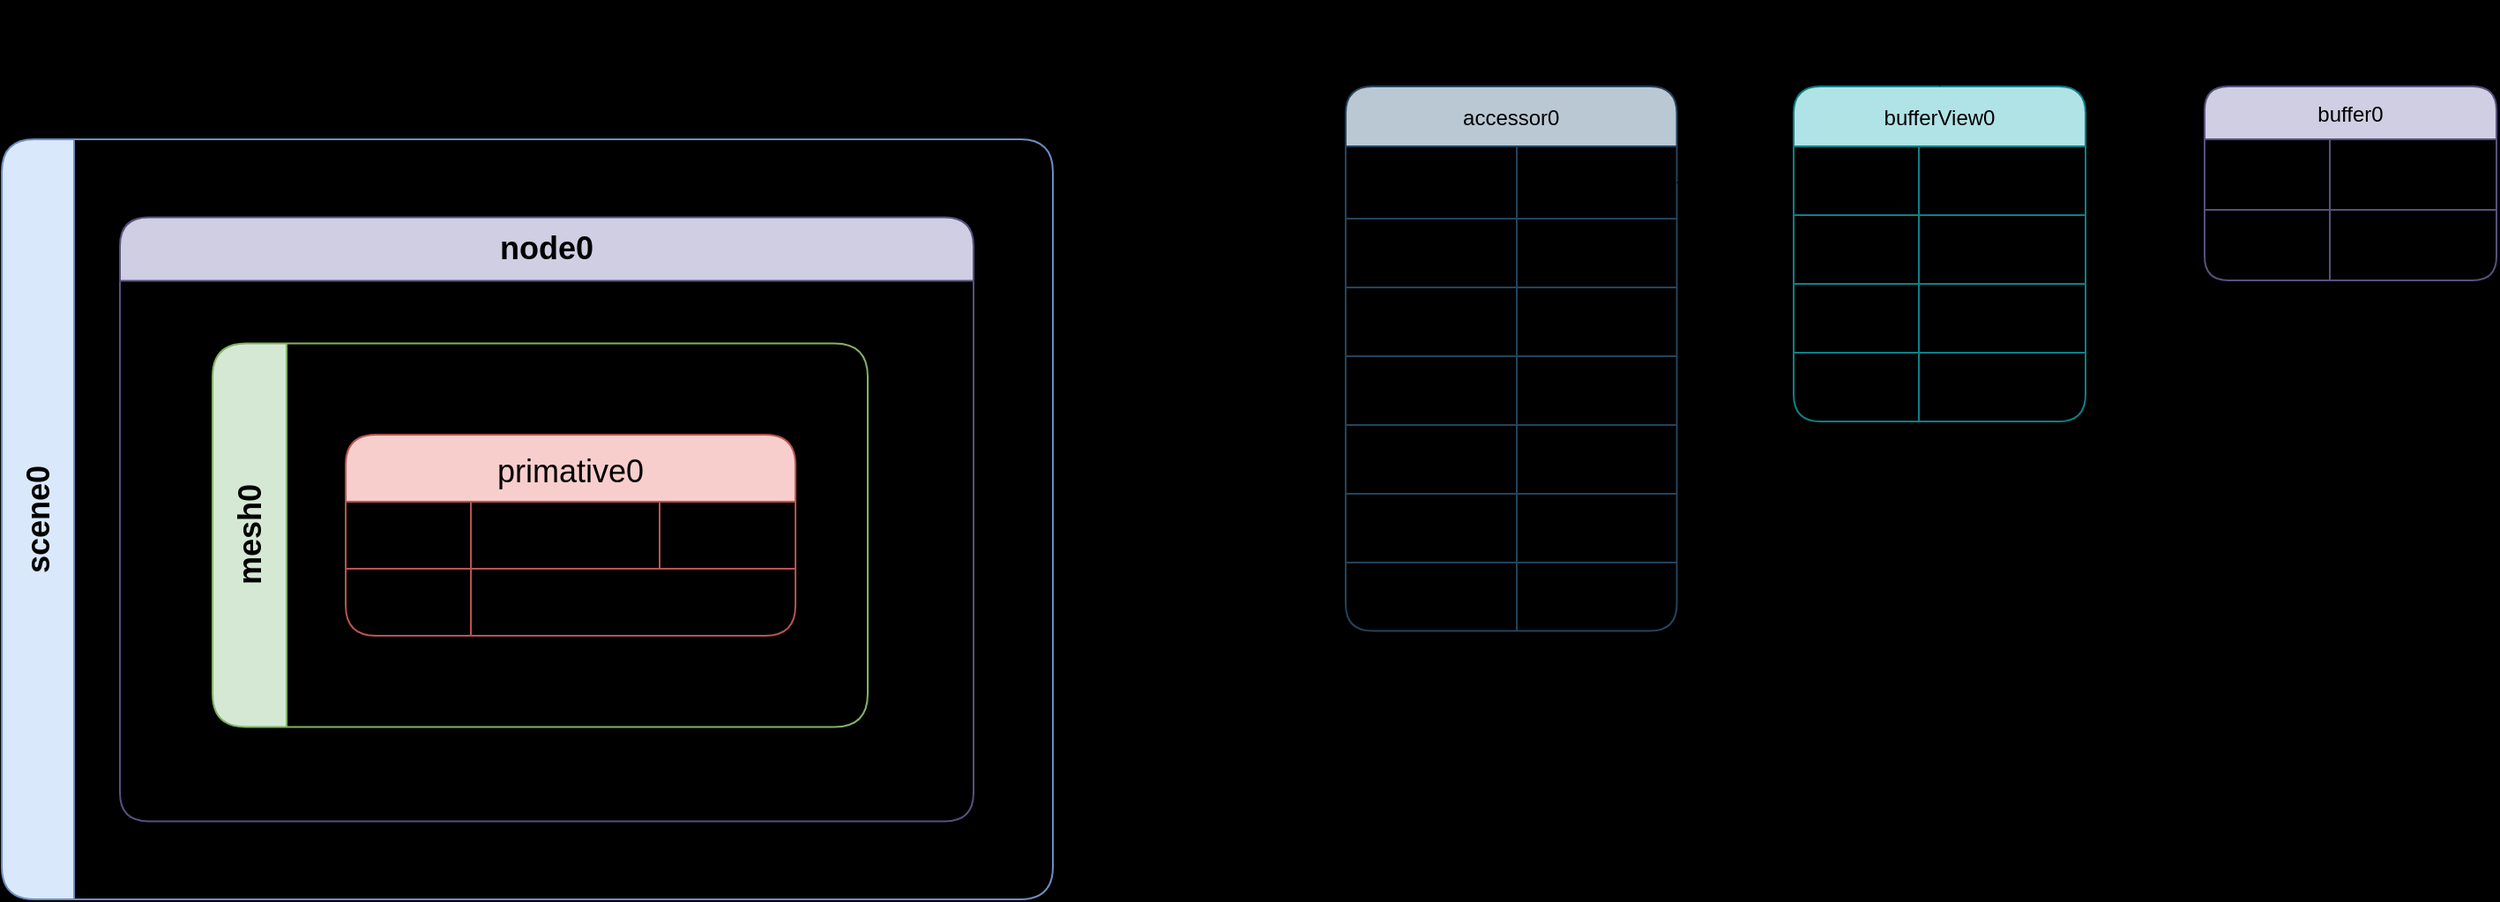
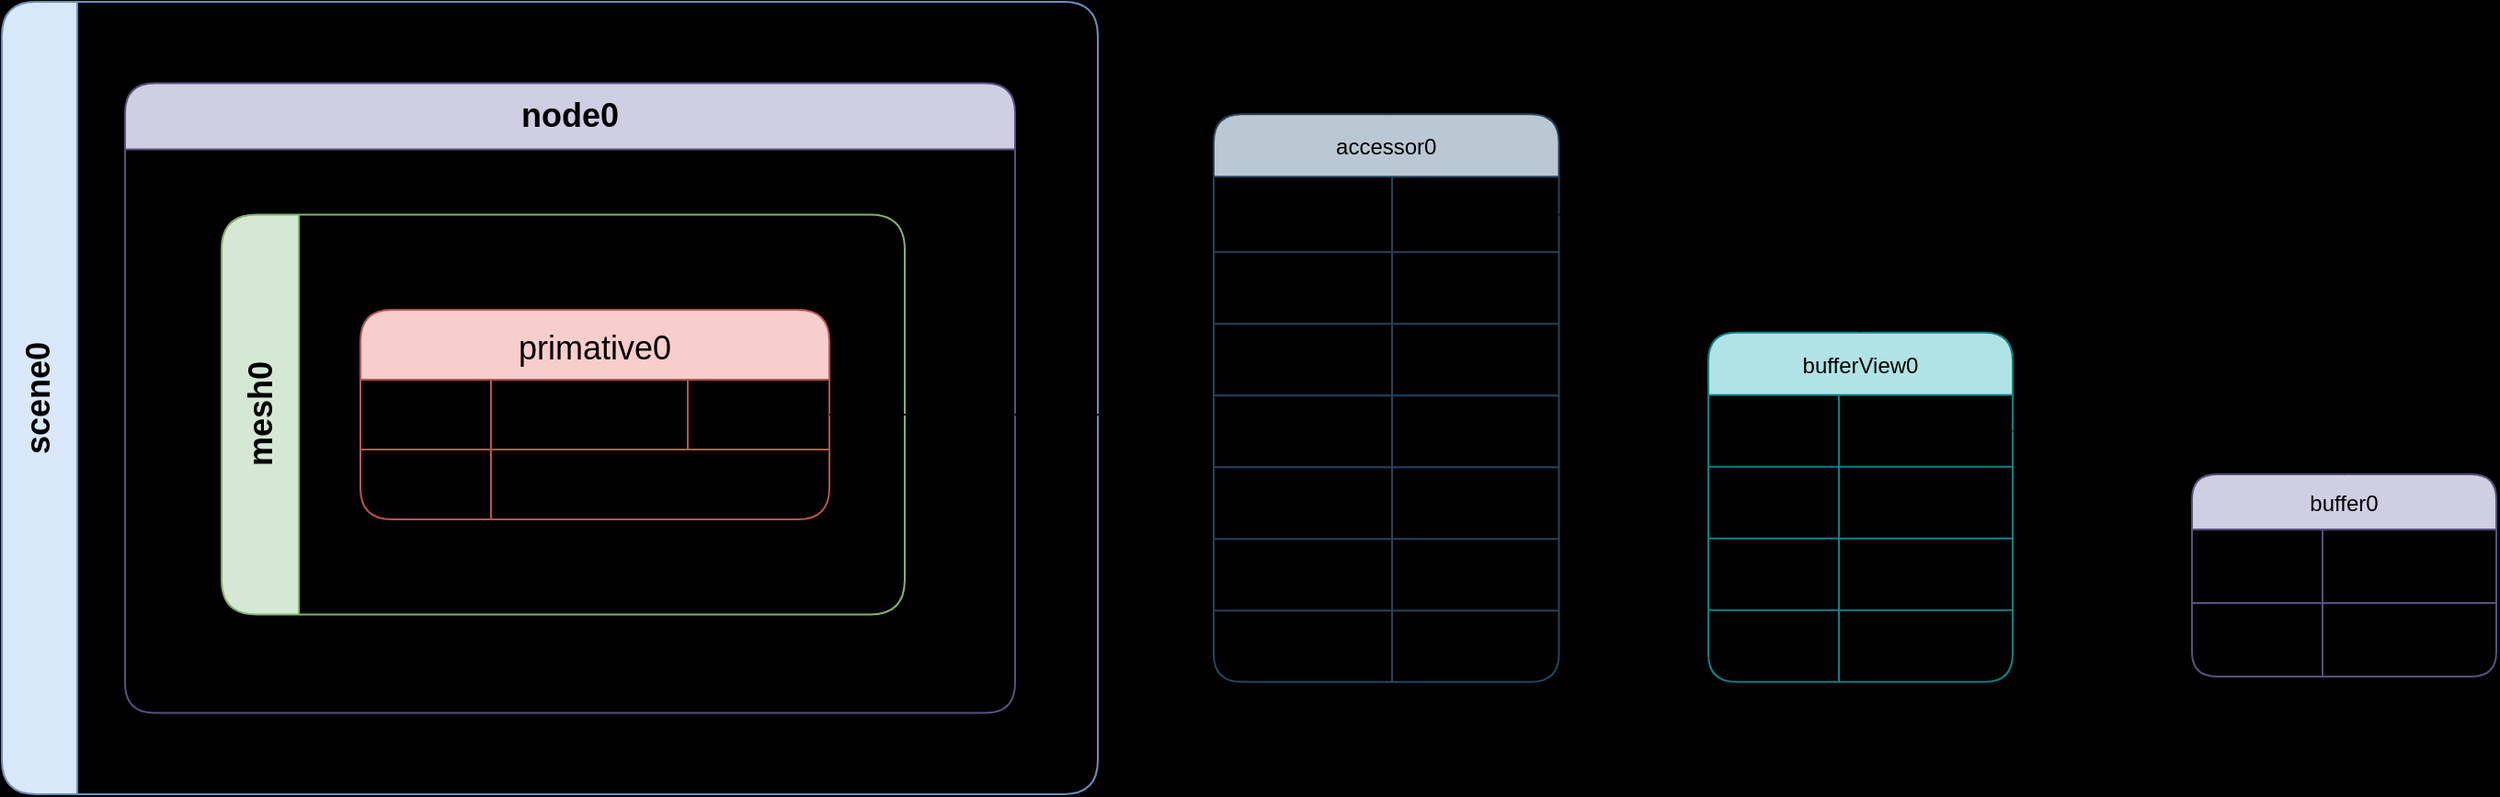
<mxfile host="app.diagrams.net">
  <diagram id="BZvedy4mBk2RI_J5c_5u" name="第 1 页">
    <mxGraphModel dx="2959" dy="1342" grid="0" gridSize="10" guides="1" tooltips="1" connect="1" arrows="1" fold="1" page="0" pageScale="1" pageWidth="827" pageHeight="1169" background="light-dark(#000000,#2B2B2B)" math="0" shadow="0">
      <root>
        <mxCell id="0" />
        <mxCell id="1" parent="0" />
        <mxCell id="-Ds3_SINnqwqFCvs20sv-1" parent="1" style="shape=table;startSize=30;container=1;collapsible=0;childLayout=tableLayout;fixedHeader=1;fillColor=#d0cee2;strokeColor=#56517e;rounded=1;fontColor=light-dark(#000000,#66FFB3);" value="buffer0" vertex="1">
-           <mxGeometry height="110" width="165.5" x="153" y="-32" as="geometry" />
+           <mxGeometry height="110" width="165.5" x="95" y="255" as="geometry" />
        </mxCell>
        <mxCell id="-Ds3_SINnqwqFCvs20sv-2" parent="-Ds3_SINnqwqFCvs20sv-1" style="shape=tableRow;horizontal=0;startSize=0;swimlaneHead=0;swimlaneBody=0;strokeColor=inherit;top=0;left=0;bottom=0;right=0;collapsible=0;dropTarget=0;fillColor=none;points=[[0,0.5],[1,0.5]];portConstraint=eastwest;fixedHeader=1;rounded=1;" value="" vertex="1">
          <mxGeometry height="40" width="165.5" y="30" as="geometry" />
        </mxCell>
        <mxCell id="-Ds3_SINnqwqFCvs20sv-3" parent="-Ds3_SINnqwqFCvs20sv-2" style="shape=partialRectangle;html=1;whiteSpace=wrap;connectable=0;strokeColor=inherit;overflow=hidden;fillColor=none;top=0;left=0;bottom=0;right=0;pointerEvents=1;align=center;rounded=1;fontColor=light-dark(#000000,#20C2B5);" value="uri" vertex="1">
          <mxGeometry height="40" width="71" as="geometry">
            <mxRectangle height="40" width="71" as="alternateBounds" />
          </mxGeometry>
        </mxCell>
        <mxCell id="-Ds3_SINnqwqFCvs20sv-4" parent="-Ds3_SINnqwqFCvs20sv-2" style="shape=partialRectangle;html=1;whiteSpace=wrap;connectable=0;strokeColor=inherit;overflow=hidden;fillColor=none;top=0;left=0;bottom=0;right=0;pointerEvents=1;rounded=1;fontColor=light-dark(#000000,#ACB7C4);" value="data:URL" vertex="1">
          <mxGeometry height="40" width="95" x="71" as="geometry">
            <mxRectangle height="40" width="95" as="alternateBounds" />
          </mxGeometry>
        </mxCell>
        <mxCell id="-Ds3_SINnqwqFCvs20sv-5" parent="-Ds3_SINnqwqFCvs20sv-1" style="shape=tableRow;horizontal=0;startSize=0;swimlaneHead=0;swimlaneBody=0;strokeColor=inherit;top=0;left=0;bottom=0;right=0;collapsible=0;dropTarget=0;fillColor=none;points=[[0,0.5],[1,0.5]];portConstraint=eastwest;fixedHeader=1;rounded=1;" value="" vertex="1">
          <mxGeometry height="40" width="165.5" y="70" as="geometry" />
        </mxCell>
        <mxCell id="-Ds3_SINnqwqFCvs20sv-6" parent="-Ds3_SINnqwqFCvs20sv-5" style="shape=partialRectangle;html=1;whiteSpace=wrap;connectable=0;strokeColor=inherit;overflow=hidden;fillColor=none;top=0;left=0;bottom=0;right=0;pointerEvents=1;align=center;rounded=1;fontColor=light-dark(#000000,#20C2B5);" value="byteLength" vertex="1">
          <mxGeometry height="40" width="71" as="geometry">
            <mxRectangle height="40" width="71" as="alternateBounds" />
          </mxGeometry>
        </mxCell>
        <mxCell id="-Ds3_SINnqwqFCvs20sv-7" parent="-Ds3_SINnqwqFCvs20sv-5" style="shape=partialRectangle;html=1;whiteSpace=wrap;connectable=0;strokeColor=inherit;overflow=hidden;fillColor=none;top=0;left=0;bottom=0;right=0;pointerEvents=1;rounded=1;fontColor=light-dark(#000000,#ACB7C4);" value="36" vertex="1">
          <mxGeometry height="40" width="95" x="71" as="geometry">
            <mxRectangle height="40" width="95" as="alternateBounds" />
          </mxGeometry>
        </mxCell>
        <mxCell id="IMBELnrVSliVJA-H-ImH-1" parent="1" style="shape=table;startSize=34;container=1;collapsible=0;childLayout=tableLayout;fixedHeader=1;fillColor=#b0e3e6;strokeColor=#0e8088;rounded=1;fontColor=light-dark(#000000,#66FFB3);" value="bufferView0" vertex="1">
-           <mxGeometry height="190" width="165.5" x="-80" y="-32" as="geometry" />
+           <mxGeometry height="190" width="165.5" x="-168" y="177.88" as="geometry" />
        </mxCell>
        <mxCell id="IMBELnrVSliVJA-H-ImH-2" parent="IMBELnrVSliVJA-H-ImH-1" style="shape=tableRow;horizontal=0;startSize=0;swimlaneHead=0;swimlaneBody=0;strokeColor=inherit;top=0;left=0;bottom=0;right=0;collapsible=0;dropTarget=0;fillColor=none;points=[[0,0.5],[1,0.5]];portConstraint=eastwest;fixedHeader=1;rounded=1;" value="" vertex="1">
          <mxGeometry height="39" width="165.5" y="34" as="geometry" />
        </mxCell>
        <mxCell id="IMBELnrVSliVJA-H-ImH-3" parent="IMBELnrVSliVJA-H-ImH-2" style="shape=partialRectangle;html=1;whiteSpace=wrap;connectable=0;strokeColor=inherit;overflow=hidden;fillColor=none;top=0;left=0;bottom=0;right=0;pointerEvents=1;align=center;rounded=1;fontColor=light-dark(#000000,#20C2B5);" value="buffer" vertex="1">
          <mxGeometry height="39" width="71" as="geometry">
            <mxRectangle height="39" width="71" as="alternateBounds" />
          </mxGeometry>
        </mxCell>
        <mxCell id="IMBELnrVSliVJA-H-ImH-4" parent="IMBELnrVSliVJA-H-ImH-2" style="shape=partialRectangle;html=1;whiteSpace=wrap;connectable=0;strokeColor=inherit;overflow=hidden;fillColor=none;top=0;left=0;bottom=0;right=0;pointerEvents=1;rounded=1;fontColor=light-dark(#000000,#ACB7C4);" value="0" vertex="1">
          <mxGeometry height="39" width="95" x="71" as="geometry">
            <mxRectangle height="39" width="95" as="alternateBounds" />
          </mxGeometry>
        </mxCell>
        <mxCell id="IMBELnrVSliVJA-H-ImH-5" parent="IMBELnrVSliVJA-H-ImH-1" style="shape=tableRow;horizontal=0;startSize=0;swimlaneHead=0;swimlaneBody=0;strokeColor=inherit;top=0;left=0;bottom=0;right=0;collapsible=0;dropTarget=0;fillColor=none;points=[[0,0.5],[1,0.5]];portConstraint=eastwest;fixedHeader=1;rounded=1;" value="" vertex="1">
          <mxGeometry height="39" width="165.5" y="73" as="geometry" />
        </mxCell>
        <mxCell id="IMBELnrVSliVJA-H-ImH-6" parent="IMBELnrVSliVJA-H-ImH-5" style="shape=partialRectangle;html=1;whiteSpace=wrap;connectable=0;strokeColor=inherit;overflow=hidden;fillColor=none;top=0;left=0;bottom=0;right=0;pointerEvents=1;align=center;rounded=1;fontColor=light-dark(#000000,#20C2B5);" value="byteOffset" vertex="1">
          <mxGeometry height="39" width="71" as="geometry">
            <mxRectangle height="39" width="71" as="alternateBounds" />
          </mxGeometry>
        </mxCell>
        <mxCell id="IMBELnrVSliVJA-H-ImH-7" parent="IMBELnrVSliVJA-H-ImH-5" style="shape=partialRectangle;html=1;whiteSpace=wrap;connectable=0;strokeColor=inherit;overflow=hidden;fillColor=none;top=0;left=0;bottom=0;right=0;pointerEvents=1;rounded=1;fontColor=light-dark(#000000,#ACB7C4);" value="0" vertex="1">
          <mxGeometry height="39" width="95" x="71" as="geometry">
            <mxRectangle height="39" width="95" as="alternateBounds" />
          </mxGeometry>
        </mxCell>
        <mxCell id="IMBELnrVSliVJA-H-ImH-8" parent="IMBELnrVSliVJA-H-ImH-1" style="shape=tableRow;horizontal=0;startSize=0;swimlaneHead=0;swimlaneBody=0;strokeColor=inherit;top=0;left=0;bottom=0;right=0;collapsible=0;dropTarget=0;fillColor=none;points=[[0,0.5],[1,0.5]];portConstraint=eastwest;fixedHeader=1;rounded=1;" vertex="1">
          <mxGeometry height="39" width="165.5" y="112" as="geometry" />
        </mxCell>
        <mxCell id="IMBELnrVSliVJA-H-ImH-9" parent="IMBELnrVSliVJA-H-ImH-8" style="shape=partialRectangle;html=1;whiteSpace=wrap;connectable=0;strokeColor=inherit;overflow=hidden;fillColor=none;top=0;left=0;bottom=0;right=0;pointerEvents=1;align=center;rounded=1;fontColor=light-dark(#000000,#20C2B5);" value="byteLength" vertex="1">
          <mxGeometry height="39" width="71" as="geometry">
            <mxRectangle height="39" width="71" as="alternateBounds" />
          </mxGeometry>
        </mxCell>
        <mxCell id="IMBELnrVSliVJA-H-ImH-10" parent="IMBELnrVSliVJA-H-ImH-8" style="shape=partialRectangle;html=1;whiteSpace=wrap;connectable=0;strokeColor=inherit;overflow=hidden;fillColor=none;top=0;left=0;bottom=0;right=0;pointerEvents=1;rounded=1;fontColor=light-dark(#000000,#ACB7C4);" value="36" vertex="1">
          <mxGeometry height="39" width="95" x="71" as="geometry">
            <mxRectangle height="39" width="95" as="alternateBounds" />
          </mxGeometry>
        </mxCell>
        <mxCell id="IMBELnrVSliVJA-H-ImH-11" parent="IMBELnrVSliVJA-H-ImH-1" style="shape=tableRow;horizontal=0;startSize=0;swimlaneHead=0;swimlaneBody=0;strokeColor=inherit;top=0;left=0;bottom=0;right=0;collapsible=0;dropTarget=0;fillColor=none;points=[[0,0.5],[1,0.5]];portConstraint=eastwest;fixedHeader=1;rounded=1;" vertex="1">
          <mxGeometry height="39" width="165.5" y="151" as="geometry" />
        </mxCell>
        <mxCell id="IMBELnrVSliVJA-H-ImH-12" parent="IMBELnrVSliVJA-H-ImH-11" style="shape=partialRectangle;html=1;whiteSpace=wrap;connectable=0;strokeColor=inherit;overflow=hidden;fillColor=none;top=0;left=0;bottom=0;right=0;pointerEvents=1;align=center;rounded=1;fontColor=light-dark(#000000,#20C2B5);" value="target" vertex="1">
          <mxGeometry height="39" width="71" as="geometry">
            <mxRectangle height="39" width="71" as="alternateBounds" />
          </mxGeometry>
        </mxCell>
        <mxCell id="IMBELnrVSliVJA-H-ImH-13" parent="IMBELnrVSliVJA-H-ImH-11" style="shape=partialRectangle;html=1;whiteSpace=wrap;connectable=0;strokeColor=inherit;overflow=hidden;fillColor=none;top=0;left=0;bottom=0;right=0;pointerEvents=1;rounded=1;fontColor=light-dark(#000000,#ACB7C4);" value="34962" vertex="1">
          <mxGeometry height="39" width="95" x="71" as="geometry">
            <mxRectangle height="39" width="95" as="alternateBounds" />
          </mxGeometry>
        </mxCell>
        <mxCell id="IMBELnrVSliVJA-H-ImH-16" parent="1" style="shape=table;startSize=34;container=1;collapsible=0;childLayout=tableLayout;fixedHeader=1;fillColor=#bac8d3;strokeColor=#23445d;rounded=1;fontColor=light-dark(#000000,#66FFB3);" value="accessor0" vertex="1">
-           <mxGeometry height="308.75" width="187.75" x="-334" y="-32" as="geometry" />
+           <mxGeometry height="308.75" width="187.75" x="-437" y="59.129999999999995" as="geometry" />
        </mxCell>
        <mxCell id="IMBELnrVSliVJA-H-ImH-17" parent="IMBELnrVSliVJA-H-ImH-16" style="shape=tableRow;horizontal=0;startSize=0;swimlaneHead=0;swimlaneBody=0;strokeColor=inherit;top=0;left=0;bottom=0;right=0;collapsible=0;dropTarget=0;fillColor=none;points=[[0,0.5],[1,0.5]];portConstraint=eastwest;fixedHeader=1;rounded=1;" value="" vertex="1">
          <mxGeometry height="41" width="187.75" y="34" as="geometry" />
        </mxCell>
        <mxCell id="IMBELnrVSliVJA-H-ImH-18" parent="IMBELnrVSliVJA-H-ImH-17" style="shape=partialRectangle;html=1;whiteSpace=wrap;connectable=0;strokeColor=inherit;overflow=hidden;fillColor=none;top=0;left=0;bottom=0;right=0;pointerEvents=1;align=center;rounded=1;fontColor=light-dark(#000000,#20C2B5);fontStyle=1" value="&lt;span style=&quot;&quot;&gt;bufferView&lt;/span&gt;" vertex="1">
          <mxGeometry height="41" width="97" as="geometry">
            <mxRectangle height="41" width="97" as="alternateBounds" />
          </mxGeometry>
        </mxCell>
        <mxCell id="IMBELnrVSliVJA-H-ImH-19" parent="IMBELnrVSliVJA-H-ImH-17" style="shape=partialRectangle;html=1;whiteSpace=wrap;connectable=0;strokeColor=inherit;overflow=hidden;fillColor=none;top=0;left=0;bottom=0;right=0;pointerEvents=1;rounded=1;fontColor=light-dark(#000000,#ACB7C4);" value="0" vertex="1">
          <mxGeometry height="41" width="91" x="97" as="geometry">
            <mxRectangle height="41" width="91" as="alternateBounds" />
          </mxGeometry>
        </mxCell>
        <mxCell id="IMBELnrVSliVJA-H-ImH-20" parent="IMBELnrVSliVJA-H-ImH-16" style="shape=tableRow;horizontal=0;startSize=0;swimlaneHead=0;swimlaneBody=0;strokeColor=inherit;top=0;left=0;bottom=0;right=0;collapsible=0;dropTarget=0;fillColor=none;points=[[0,0.5],[1,0.5]];portConstraint=eastwest;fixedHeader=1;rounded=1;" value="" vertex="1">
          <mxGeometry height="39" width="187.75" y="75" as="geometry" />
        </mxCell>
        <mxCell id="IMBELnrVSliVJA-H-ImH-21" parent="IMBELnrVSliVJA-H-ImH-20" style="shape=partialRectangle;html=1;whiteSpace=wrap;connectable=0;strokeColor=inherit;overflow=hidden;fillColor=none;top=0;left=0;bottom=0;right=0;pointerEvents=1;align=center;rounded=1;fontColor=light-dark(#000000,#20C2B5);" value="byteOffset" vertex="1">
          <mxGeometry height="39" width="97" as="geometry">
            <mxRectangle height="39" width="97" as="alternateBounds" />
          </mxGeometry>
        </mxCell>
        <mxCell id="IMBELnrVSliVJA-H-ImH-22" parent="IMBELnrVSliVJA-H-ImH-20" style="shape=partialRectangle;html=1;whiteSpace=wrap;connectable=0;strokeColor=inherit;overflow=hidden;fillColor=none;top=0;left=0;bottom=0;right=0;pointerEvents=1;rounded=1;fontColor=light-dark(#000000,#ACB7C4);" value="0" vertex="1">
          <mxGeometry height="39" width="91" x="97" as="geometry">
            <mxRectangle height="39" width="91" as="alternateBounds" />
          </mxGeometry>
        </mxCell>
        <mxCell id="IMBELnrVSliVJA-H-ImH-23" parent="IMBELnrVSliVJA-H-ImH-16" style="shape=tableRow;horizontal=0;startSize=0;swimlaneHead=0;swimlaneBody=0;strokeColor=inherit;top=0;left=0;bottom=0;right=0;collapsible=0;dropTarget=0;fillColor=none;points=[[0,0.5],[1,0.5]];portConstraint=eastwest;fixedHeader=1;rounded=1;" vertex="1">
          <mxGeometry height="39" width="187.75" y="114" as="geometry" />
        </mxCell>
        <mxCell id="IMBELnrVSliVJA-H-ImH-24" parent="IMBELnrVSliVJA-H-ImH-23" style="shape=partialRectangle;html=1;whiteSpace=wrap;connectable=0;strokeColor=inherit;overflow=hidden;fillColor=none;top=0;left=0;bottom=0;right=0;pointerEvents=1;align=center;rounded=1;fontColor=light-dark(#000000,#20C2B5);" value="componentType" vertex="1">
          <mxGeometry height="39" width="97" as="geometry">
            <mxRectangle height="39" width="97" as="alternateBounds" />
          </mxGeometry>
        </mxCell>
        <mxCell id="IMBELnrVSliVJA-H-ImH-25" parent="IMBELnrVSliVJA-H-ImH-23" style="shape=partialRectangle;html=1;whiteSpace=wrap;connectable=0;strokeColor=inherit;overflow=hidden;fillColor=none;top=0;left=0;bottom=0;right=0;pointerEvents=1;rounded=1;fontColor=light-dark(#000000,#ACB7C4);" value="5126" vertex="1">
          <mxGeometry height="39" width="91" x="97" as="geometry">
            <mxRectangle height="39" width="91" as="alternateBounds" />
          </mxGeometry>
        </mxCell>
        <mxCell id="IMBELnrVSliVJA-H-ImH-26" parent="IMBELnrVSliVJA-H-ImH-16" style="shape=tableRow;horizontal=0;startSize=0;swimlaneHead=0;swimlaneBody=0;strokeColor=inherit;top=0;left=0;bottom=0;right=0;collapsible=0;dropTarget=0;fillColor=none;points=[[0,0.5],[1,0.5]];portConstraint=eastwest;fixedHeader=1;rounded=1;" vertex="1">
          <mxGeometry height="39" width="187.75" y="153" as="geometry" />
        </mxCell>
        <mxCell id="IMBELnrVSliVJA-H-ImH-27" parent="IMBELnrVSliVJA-H-ImH-26" style="shape=partialRectangle;html=1;whiteSpace=wrap;connectable=0;strokeColor=inherit;overflow=hidden;fillColor=none;top=0;left=0;bottom=0;right=0;pointerEvents=1;align=center;rounded=1;fontColor=light-dark(#000000,#20C2B5);" value="count" vertex="1">
          <mxGeometry height="39" width="97" as="geometry">
            <mxRectangle height="39" width="97" as="alternateBounds" />
          </mxGeometry>
        </mxCell>
        <mxCell id="IMBELnrVSliVJA-H-ImH-28" parent="IMBELnrVSliVJA-H-ImH-26" style="shape=partialRectangle;html=1;whiteSpace=wrap;connectable=0;strokeColor=inherit;overflow=hidden;fillColor=none;top=0;left=0;bottom=0;right=0;pointerEvents=1;rounded=1;fontColor=light-dark(#000000,#ACB7C4);" value="3" vertex="1">
          <mxGeometry height="39" width="91" x="97" as="geometry">
            <mxRectangle height="39" width="91" as="alternateBounds" />
          </mxGeometry>
        </mxCell>
        <mxCell id="IMBELnrVSliVJA-H-ImH-29" parent="IMBELnrVSliVJA-H-ImH-16" style="shape=tableRow;horizontal=0;startSize=0;swimlaneHead=0;swimlaneBody=0;strokeColor=inherit;top=0;left=0;bottom=0;right=0;collapsible=0;dropTarget=0;fillColor=none;points=[[0,0.5],[1,0.5]];portConstraint=eastwest;fixedHeader=1;rounded=1;" vertex="1">
          <mxGeometry height="39" width="187.75" y="192" as="geometry" />
        </mxCell>
        <mxCell id="IMBELnrVSliVJA-H-ImH-30" parent="IMBELnrVSliVJA-H-ImH-29" style="shape=partialRectangle;html=1;whiteSpace=wrap;connectable=0;strokeColor=inherit;overflow=hidden;fillColor=none;top=0;left=0;bottom=0;right=0;pointerEvents=1;align=center;rounded=1;fontColor=light-dark(#000000,#20C2B5);" value="type" vertex="1">
          <mxGeometry height="39" width="97" as="geometry">
            <mxRectangle height="39" width="97" as="alternateBounds" />
          </mxGeometry>
        </mxCell>
        <mxCell id="IMBELnrVSliVJA-H-ImH-31" parent="IMBELnrVSliVJA-H-ImH-29" style="shape=partialRectangle;html=1;whiteSpace=wrap;connectable=0;strokeColor=inherit;overflow=hidden;fillColor=none;top=0;left=0;bottom=0;right=0;pointerEvents=1;rounded=1;fontColor=light-dark(#000000,#ACB7C4);" value="&quot;VEC3&quot;" vertex="1">
          <mxGeometry height="39" width="91" x="97" as="geometry">
            <mxRectangle height="39" width="91" as="alternateBounds" />
          </mxGeometry>
        </mxCell>
        <mxCell id="IMBELnrVSliVJA-H-ImH-32" parent="IMBELnrVSliVJA-H-ImH-16" style="shape=tableRow;horizontal=0;startSize=0;swimlaneHead=0;swimlaneBody=0;strokeColor=inherit;top=0;left=0;bottom=0;right=0;collapsible=0;dropTarget=0;fillColor=none;points=[[0,0.5],[1,0.5]];portConstraint=eastwest;fixedHeader=1;rounded=1;" vertex="1">
          <mxGeometry height="39" width="187.75" y="231" as="geometry" />
        </mxCell>
        <mxCell id="IMBELnrVSliVJA-H-ImH-33" parent="IMBELnrVSliVJA-H-ImH-32" style="shape=partialRectangle;html=1;whiteSpace=wrap;connectable=0;strokeColor=inherit;overflow=hidden;fillColor=none;top=0;left=0;bottom=0;right=0;pointerEvents=1;align=center;rounded=1;fontColor=light-dark(#000000,#20C2B5);" value="max" vertex="1">
          <mxGeometry height="39" width="97" as="geometry">
            <mxRectangle height="39" width="97" as="alternateBounds" />
          </mxGeometry>
        </mxCell>
        <mxCell id="IMBELnrVSliVJA-H-ImH-34" parent="IMBELnrVSliVJA-H-ImH-32" style="shape=partialRectangle;html=1;whiteSpace=wrap;connectable=0;strokeColor=inherit;overflow=hidden;fillColor=none;top=0;left=0;bottom=0;right=0;pointerEvents=1;rounded=1;fontColor=light-dark(#000000,#ACB7C4);" value="[1.0, 1.0, 0.0]" vertex="1">
          <mxGeometry height="39" width="91" x="97" as="geometry">
            <mxRectangle height="39" width="91" as="alternateBounds" />
          </mxGeometry>
        </mxCell>
        <mxCell id="IMBELnrVSliVJA-H-ImH-35" parent="IMBELnrVSliVJA-H-ImH-16" style="shape=tableRow;horizontal=0;startSize=0;swimlaneHead=0;swimlaneBody=0;strokeColor=inherit;top=0;left=0;bottom=0;right=0;collapsible=0;dropTarget=0;fillColor=none;points=[[0,0.5],[1,0.5]];portConstraint=eastwest;fixedHeader=1;rounded=1;" vertex="1">
          <mxGeometry height="39" width="187.75" y="270" as="geometry" />
        </mxCell>
        <mxCell id="IMBELnrVSliVJA-H-ImH-36" parent="IMBELnrVSliVJA-H-ImH-35" style="shape=partialRectangle;html=1;whiteSpace=wrap;connectable=0;strokeColor=inherit;overflow=hidden;fillColor=none;top=0;left=0;bottom=0;right=0;pointerEvents=1;align=center;rounded=1;fontColor=light-dark(#000000,#20C2B5);" value="min" vertex="1">
          <mxGeometry height="39" width="97" as="geometry">
            <mxRectangle height="39" width="97" as="alternateBounds" />
          </mxGeometry>
        </mxCell>
        <mxCell id="IMBELnrVSliVJA-H-ImH-37" parent="IMBELnrVSliVJA-H-ImH-35" style="shape=partialRectangle;html=1;whiteSpace=wrap;connectable=0;strokeColor=inherit;overflow=hidden;fillColor=none;top=0;left=0;bottom=0;right=0;pointerEvents=1;rounded=1;fontColor=light-dark(#000000,#ACB7C4);" value="[0.0, 1.0, 0.0]" vertex="1">
          <mxGeometry height="39" width="91" x="97" as="geometry">
            <mxRectangle height="39" width="91" as="alternateBounds" />
          </mxGeometry>
        </mxCell>
-         <mxCell id="yEyvN-dxv5ZRYvW9oAyH-64" edge="1" parent="1" source="IMBELnrVSliVJA-H-ImH-17" style="edgeStyle=orthogonalEdgeStyle;rounded=1;orthogonalLoop=1;jettySize=auto;html=1;entryX=0.5;entryY=0;entryDx=0;entryDy=0;fontSize=12;startSize=8;endSize=8;strokeColor=light-dark(#000000,#FFB570);align=center;verticalAlign=middle;fontFamily=Helvetica;fontColor=default;labelBackgroundColor=default;endArrow=classic;flowAnimation=0;exitX=1;exitY=0.5;exitDx=0;exitDy=0;" target="IMBELnrVSliVJA-H-ImH-1">
-           <mxGeometry relative="1" as="geometry">
-             <Array as="points">
-               <mxPoint x="-113" y="23" />
-               <mxPoint x="-113" y="-71" />
-               <mxPoint x="3" y="-71" />
-             </Array>
-           </mxGeometry>
-         </mxCell>
        <mxCell id="GIUIsMX7UZoavufT8lRc-2" parent="1" style="swimlane;horizontal=0;whiteSpace=wrap;html=1;fillColor=#dae8fc;strokeColor=#6c8ebf;rounded=1;startSize=41;gradientDirection=east;" value="&lt;span style=&quot;color: light-dark(rgb(0, 0, 0), rgb(102, 255, 179));&quot;&gt;&lt;font style=&quot;font-size: 18px;&quot;&gt;scene0&lt;/font&gt;&lt;/span&gt;" vertex="1">
          <mxGeometry height="431" width="596" x="-1096" y="-2" as="geometry" />
        </mxCell>
        <mxCell id="oYlXVEz9eKNw0EBKh330-92" parent="GIUIsMX7UZoavufT8lRc-2" style="swimlane;whiteSpace=wrap;html=1;startSize=36;strokeColor=#56517e;fillColor=#d0cee2;rounded=1;gradientColor=none;" value="&lt;font style=&quot;font-size: 18px; color: light-dark(rgb(0, 0, 0), rgb(102, 255, 179));&quot;&gt;node0&lt;/font&gt;" vertex="1">
          <mxGeometry height="342.5" width="484" x="67" y="44.25" as="geometry" />
        </mxCell>
        <mxCell id="yEyvN-dxv5ZRYvW9oAyH-66" parent="oYlXVEz9eKNw0EBKh330-92" style="swimlane;horizontal=0;whiteSpace=wrap;html=1;rounded=1;startSize=42;fillColor=#d5e8d4;strokeColor=#82b366;swimlaneFillColor=none;" value="&lt;span style=&quot;color: light-dark(rgb(0, 0, 0), rgb(102, 255, 179));&quot;&gt;&lt;font style=&quot;font-size: 18px;&quot;&gt;mesh0&lt;/font&gt;&lt;/span&gt;" vertex="1">
          <mxGeometry height="217.5" width="371.5" x="52.5" y="71.5" as="geometry" />
        </mxCell>
        <mxCell id="yEyvN-dxv5ZRYvW9oAyH-35" parent="yEyvN-dxv5ZRYvW9oAyH-66" style="shape=table;startSize=38;container=1;collapsible=0;childLayout=tableLayout;fixedHeader=1;fillColor=#f8cecc;strokeColor=#b85450;rounded=1;fontSize=18;fontColor=light-dark(#000000,#66FFB3);" value="primative0" vertex="1">
          <mxGeometry height="114" width="255.0344827586207" x="75.5" y="51.75" as="geometry" />
        </mxCell>
        <mxCell id="yEyvN-dxv5ZRYvW9oAyH-36" parent="yEyvN-dxv5ZRYvW9oAyH-35" style="shape=tableRow;horizontal=0;startSize=0;swimlaneHead=0;swimlaneBody=0;strokeColor=inherit;top=0;left=0;bottom=0;right=0;collapsible=0;dropTarget=0;fillColor=none;points=[[0,0.5],[1,0.5]];portConstraint=eastwest;fixedHeader=1;rounded=1;" value="" vertex="1">
          <mxGeometry height="38" width="255.0344827586207" y="38" as="geometry" />
        </mxCell>
        <mxCell id="yEyvN-dxv5ZRYvW9oAyH-37" parent="yEyvN-dxv5ZRYvW9oAyH-36" style="shape=partialRectangle;html=1;whiteSpace=wrap;connectable=0;strokeColor=inherit;overflow=hidden;fillColor=none;top=0;left=0;bottom=0;right=0;pointerEvents=1;align=center;rounded=1;" value="&lt;span style=&quot;color: light-dark(rgb(0, 0, 0), rgb(32, 194, 181));&quot;&gt;attributes&lt;/span&gt;" vertex="1">
          <mxGeometry height="38" width="71" as="geometry">
            <mxRectangle height="38" width="71" as="alternateBounds" />
          </mxGeometry>
        </mxCell>
        <mxCell id="yEyvN-dxv5ZRYvW9oAyH-38" parent="yEyvN-dxv5ZRYvW9oAyH-36" style="shape=partialRectangle;html=1;whiteSpace=wrap;connectable=0;strokeColor=inherit;overflow=hidden;fillColor=none;top=0;left=0;bottom=0;right=0;pointerEvents=1;rounded=1;" value="&lt;span style=&quot;color: light-dark(rgb(0, 0, 0), rgb(103, 171, 159));&quot;&gt;POSITION&lt;/span&gt;" vertex="1">
          <mxGeometry height="38" width="107" x="71" as="geometry">
            <mxRectangle height="38" width="107" as="alternateBounds" />
          </mxGeometry>
        </mxCell>
        <mxCell id="yEyvN-dxv5ZRYvW9oAyH-55" parent="yEyvN-dxv5ZRYvW9oAyH-36" style="shape=partialRectangle;html=1;whiteSpace=wrap;connectable=0;strokeColor=inherit;overflow=hidden;fillColor=none;top=0;left=0;bottom=0;right=0;pointerEvents=1;rounded=1;" value="&lt;span style=&quot;color: light-dark(rgb(0, 0, 0), rgb(172, 183, 196));&quot;&gt;0&lt;/span&gt;" vertex="1">
          <mxGeometry height="38" width="77" x="178" as="geometry">
            <mxRectangle height="38" width="77" as="alternateBounds" />
          </mxGeometry>
        </mxCell>
        <mxCell id="yEyvN-dxv5ZRYvW9oAyH-45" parent="yEyvN-dxv5ZRYvW9oAyH-35" style="shape=tableRow;horizontal=0;startSize=0;swimlaneHead=0;swimlaneBody=0;strokeColor=inherit;top=0;left=0;bottom=0;right=0;collapsible=0;dropTarget=0;fillColor=none;points=[[0,0.5],[1,0.5]];portConstraint=eastwest;fixedHeader=1;rounded=1;" vertex="1">
          <mxGeometry height="38" width="255.0344827586207" y="76" as="geometry" />
        </mxCell>
        <mxCell id="yEyvN-dxv5ZRYvW9oAyH-46" parent="yEyvN-dxv5ZRYvW9oAyH-45" style="shape=partialRectangle;html=1;whiteSpace=wrap;connectable=0;strokeColor=inherit;overflow=hidden;fillColor=none;top=0;left=0;bottom=0;right=0;pointerEvents=1;align=center;rounded=1;fontFamily=Helvetica;fontSize=12;fontColor=default;fontStyle=0;verticalAlign=middle;" value="&lt;span style=&quot;color: light-dark(rgb(0, 0, 0), rgb(32, 194, 181));&quot;&gt;mode&lt;/span&gt;" vertex="1">
          <mxGeometry height="38" width="71" as="geometry">
            <mxRectangle height="38" width="71" as="alternateBounds" />
          </mxGeometry>
        </mxCell>
        <mxCell id="yEyvN-dxv5ZRYvW9oAyH-47" parent="yEyvN-dxv5ZRYvW9oAyH-45" style="shape=partialRectangle;html=1;whiteSpace=wrap;connectable=0;strokeColor=inherit;overflow=hidden;fillColor=none;top=0;left=0;bottom=0;right=0;pointerEvents=1;rounded=1;rowspan=1;colspan=2;" value="&lt;span style=&quot;color: light-dark(rgb(0, 0, 0), rgb(172, 183, 196));&quot;&gt;4&lt;/span&gt;" vertex="1">
          <mxGeometry height="38" width="184" x="71" as="geometry">
            <mxRectangle height="38" width="107" as="alternateBounds" />
          </mxGeometry>
        </mxCell>
        <mxCell id="yEyvN-dxv5ZRYvW9oAyH-58" parent="yEyvN-dxv5ZRYvW9oAyH-45" style="shape=partialRectangle;html=1;whiteSpace=wrap;connectable=0;strokeColor=inherit;overflow=hidden;fillColor=none;top=0;left=0;bottom=0;right=0;pointerEvents=1;rounded=1;" vertex="1" visible="0">
          <mxGeometry height="38" width="77" x="178" as="geometry">
            <mxRectangle height="38" width="77" as="alternateBounds" />
          </mxGeometry>
+         </mxCell>
+         <mxCell id="2uxkReR1P5Ac1ZIC0d_Z-3" edge="1" parent="1" source="yEyvN-dxv5ZRYvW9oAyH-36" style="edgeStyle=orthogonalEdgeStyle;rounded=1;orthogonalLoop=1;jettySize=auto;html=1;entryX=0.5;entryY=0;entryDx=0;entryDy=0;fontSize=12;startSize=8;endSize=8;curved=0;strokeColor=light-dark(#000000,#FFB570);" target="IMBELnrVSliVJA-H-ImH-16">
+           <mxGeometry relative="1" as="geometry">
+             <Array as="points">
+               <mxPoint x="-470" y="223" />
+               <mxPoint x="-470" y="39" />
+               <mxPoint x="-343" y="39" />
+             </Array>
+           </mxGeometry>
+         </mxCell>
+         <mxCell id="2uxkReR1P5Ac1ZIC0d_Z-4" edge="1" parent="1" source="IMBELnrVSliVJA-H-ImH-17" style="edgeStyle=orthogonalEdgeStyle;rounded=1;orthogonalLoop=1;jettySize=auto;html=1;entryX=0.5;entryY=0;entryDx=0;entryDy=0;fontSize=12;startSize=8;endSize=8;strokeColor=light-dark(#000000,#FFB570);" target="IMBELnrVSliVJA-H-ImH-1">
+           <mxGeometry relative="1" as="geometry" />
+         </mxCell>
+         <mxCell id="2uxkReR1P5Ac1ZIC0d_Z-5" edge="1" parent="1" source="IMBELnrVSliVJA-H-ImH-2" style="edgeStyle=orthogonalEdgeStyle;rounded=1;orthogonalLoop=1;jettySize=auto;html=1;entryX=0.5;entryY=0;entryDx=0;entryDy=0;fontSize=12;startSize=8;endSize=8;curved=0;strokeColor=light-dark(#000000,#FFB570);" target="-Ds3_SINnqwqFCvs20sv-1">
+           <mxGeometry relative="1" as="geometry" />
        </mxCell>
      </root>
    </mxGraphModel>
  </diagram>
</mxfile>
